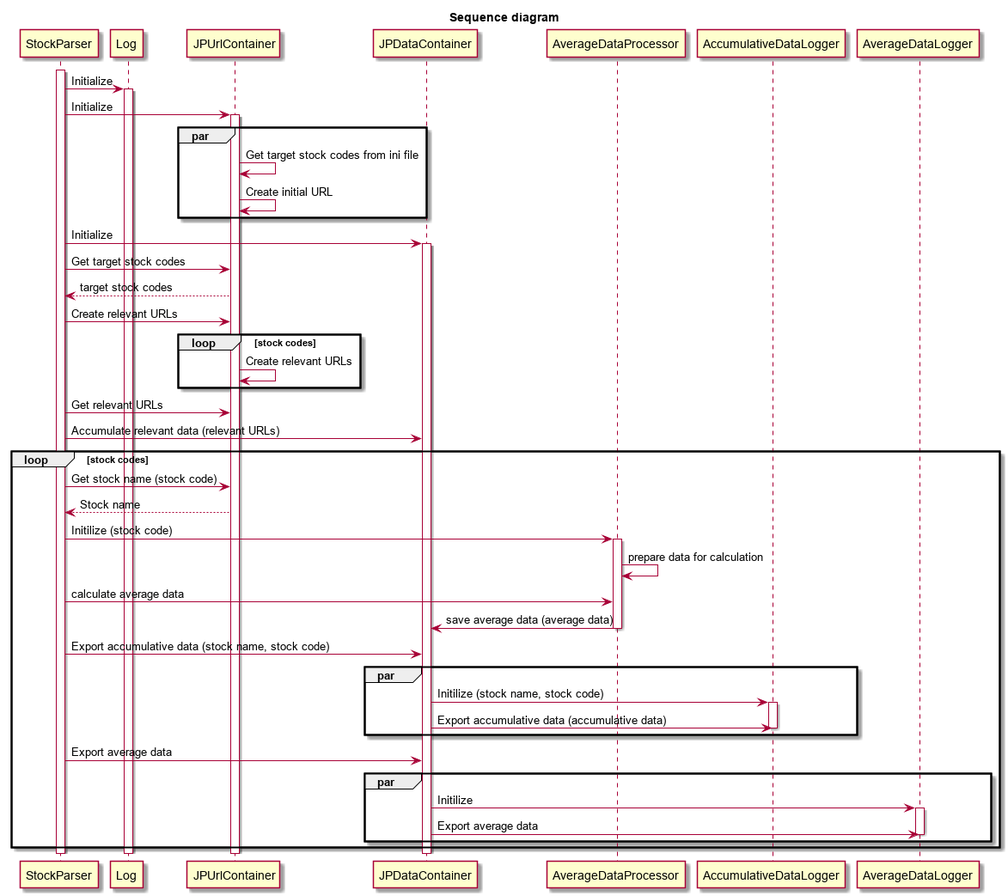
Above: stock_collector/Sequence diagram.png in ChiamingMike/Stock-Analyzer (PlantUML), before the change.
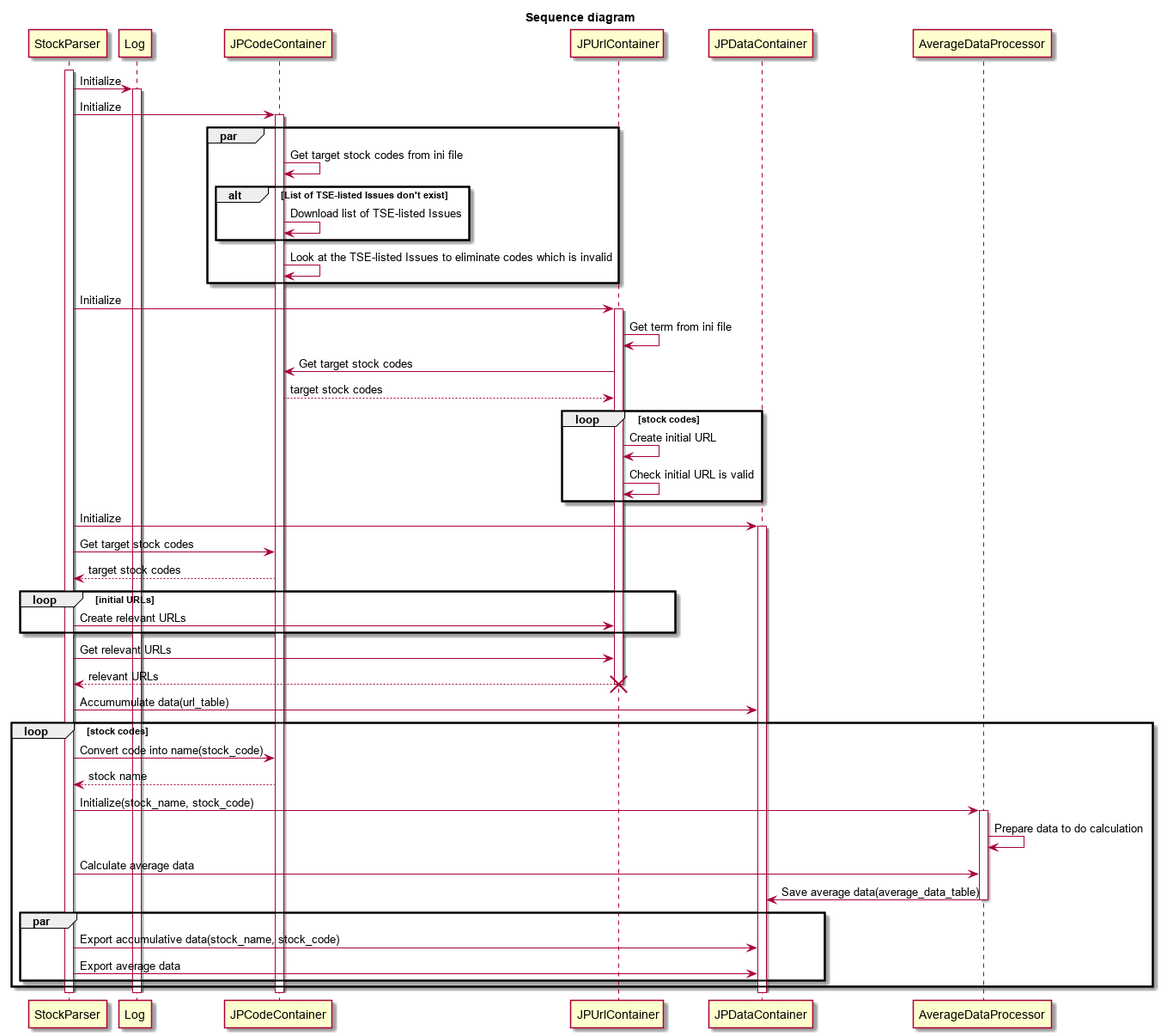
Above is the later version.

Commit message:
20200321 Sequence diagram

Diff of the diagram source:
```diff
@@ -4,49 +4,54 @@
 activate StockParser
 StockParser -> Log: Initialize
 activate Log
+StockParser -> JPCodeContainer: Initialize
+activate JPCodeContainer
+par
+    JPCodeContainer -> JPCodeContainer: Get target stock codes from ini file
+    alt List of TSE-listed Issues don't exist
+        JPCodeContainer -> JPCodeContainer: Download list of TSE-listed Issues
+    end
+    JPCodeContainer -> JPCodeContainer: Look at the TSE-listed Issues to eliminate codes which is invalid
+end
 StockParser -> JPUrlContainer: Initialize
 activate JPUrlContainer
-par
-    JPUrlContainer -> JPUrlContainer: Get target stock codes from ini file
-    JPUrlContainer -> JPUrlContainer: Create initial URL
-end
+    JPUrlContainer -> JPUrlContainer: Get term from ini file
+    JPUrlContainer -> JPCodeContainer: Get target stock codes
+    JPCodeContainer --> JPUrlContainer: target stock codes
+    loop stock codes
+        JPUrlContainer -> JPUrlContainer: Create initial URL
+        JPUrlContainer -> JPUrlContainer: Check initial URL is valid
+    end
 StockParser -> JPDataContainer: Initialize
 activate JPDataContainer
-StockParser -> JPUrlContainer: Get target stock codes
-JPUrlContainer --> StockParser: target stock codes
-StockParser -> JPUrlContainer: Create relevant URLs
+StockParser -> JPCodeContainer: Get target stock codes
+JPCodeContainer --> StockParser: target stock codes
+    loop initial URLs
+        StockParser -> JPUrlContainer: Create relevant URLs
+    end
+StockParser -> JPUrlContainer: Get relevant URLs
+JPUrlContainer --> StockParser: relevant URLs
+deactivate JPUrlContainer
+destroy JPUrlContainer
+
+
+StockParser -> JPDataContainer: Accumumulate data(url_table)
 loop stock codes
-    JPUrlContainer -> JPUrlContainer: Create relevant URLs
-end
-StockParser -> JPUrlContainer: Get relevant URLs
-StockParser -> JPDataContainer: Accumulate relevant data (relevant URLs)
-loop stock codes
-    StockParser -> JPUrlContainer: Get stock name (stock code)
-    JPUrlContainer --> StockParser: Stock name
-    StockParser -> AverageDataProcessor: Initilize (stock code)
+    StockParser -> JPCodeContainer: Convert code into name(stock_code)
+    JPCodeContainer --> StockParser: stock name
+    StockParser -> AverageDataProcessor: Initialize(stock_name, stock_code)
     activate AverageDataProcessor
-    AverageDataProcessor -> AverageDataProcessor: prepare data for calculation
-    StockParser -> AverageDataProcessor: calculate average data
-    AverageDataProcessor -> JPDataContainer: save average data (average data)
+    AverageDataProcessor -> AverageDataProcessor: Prepare data to do calculation
+    StockParser -> AverageDataProcessor: Calculate average data
+    AverageDataProcessor -> JPDataContainer: Save average data(average_data_table)
     deactivate AverageDataProcessor
-    StockParser -> JPDataContainer: Export accumulative data (stock name, stock code)
     par
-        JPDataContainer -> AccumulativeDataLogger: Initilize (stock name, stock code)
-        activate AccumulativeDataLogger
-        JPDataContainer -> AccumulativeDataLogger: Export accumulative data (accumulative data)
-        deactivate AccumulativeDataLogger
-    end
-    StockParser -> JPDataContainer: Export average data
-    par
-        JPDataContainer -> AverageDataLogger: Initilize
-        activate AverageDataLogger
-        JPDataContainer -> AverageDataLogger: Export average data
-        deactivate AverageDataLogger
+        StockParser -> JPDataContainer: Export accumulative data(stock_name, stock_code)
+        StockParser -> JPDataContainer: Export average data
     end
 end
-
 deactivate JPDataContainer
-deactivate JPUrlContainer
+deactivate JPCodeContainer
 deactivate Log
 deactivate StockParser
 @enduml
```
